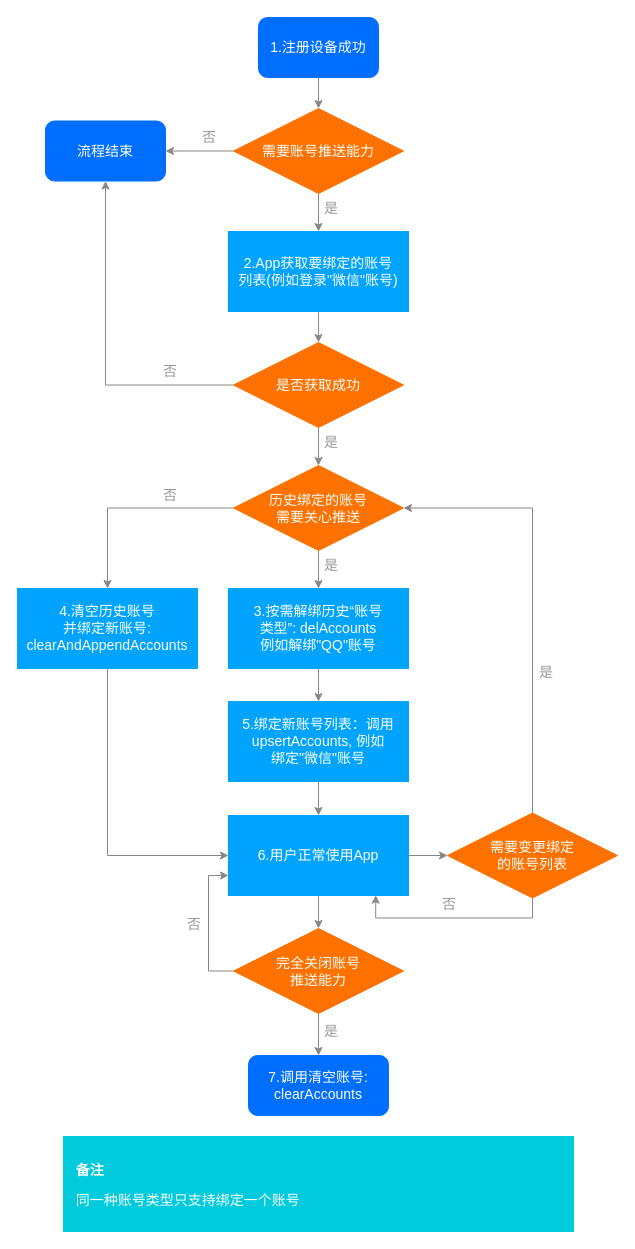
Above: account.drawio in muyanbiao/tpnsFlowChart (draw.io), before the change. Source tidied: cells renumbered, new cells numbered last; positions are measured from the earlier drawing's top-left corner, leaving out a move shared by most shapes. Both pictures are drawn from the tidied source at 100%, with x=0, y=0 at pixel (17, 17).
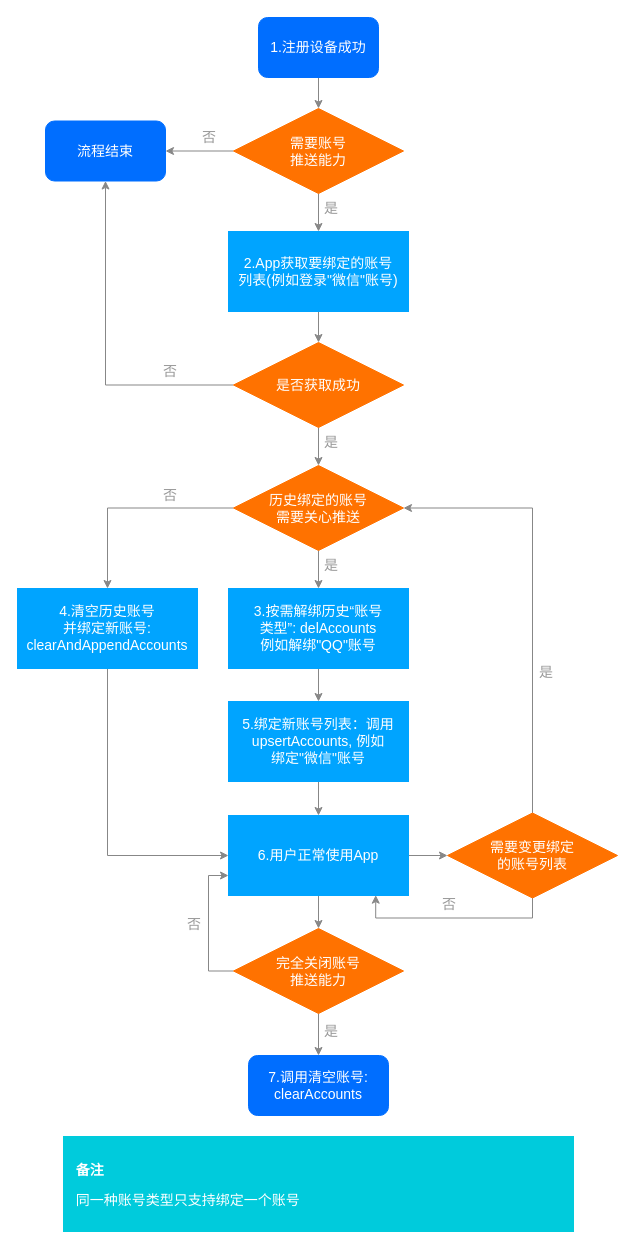
After the change.

Change to the diagram source:
```diff
@@
-    <mxCell id="7" value="需要账号推送能力" style="rhombus;whiteSpace=wrap;html=1;fillColor=#FF7200;strokeColor=#FF7200;fontColor=#FFFFFF;fontSize=14;" parent="1" vertex="1">
+    <mxCell id="7" value="需要账号&lt;br&gt;推送能力" style="rhombus;whiteSpace=wrap;html=1;fillColor=#FF7200;strokeColor=#FF7200;fontColor=#FFFFFF;fontSize=14;" parent="1" vertex="1">
       <mxGeometry x="216" y="91" width="170" height="85" as="geometry" />
     </mxCell>
```
